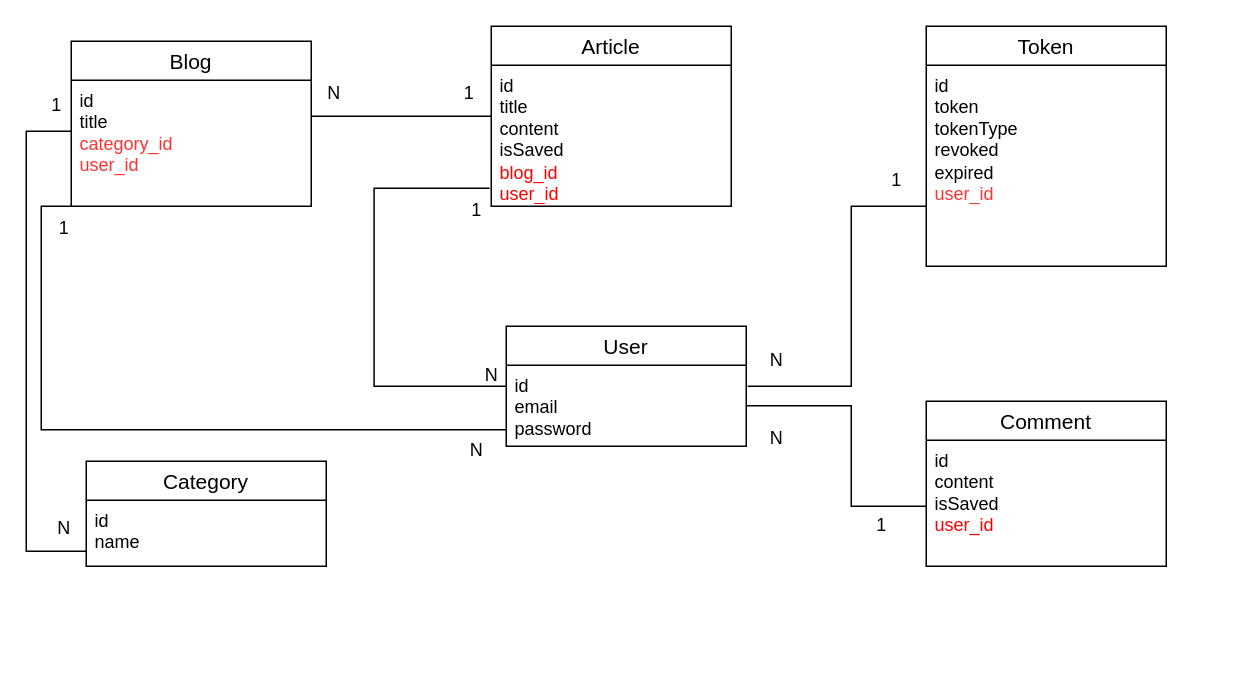
Earlier version of the draw.io diagram page "MLD" (1 of 9) of Diagramme sans nom.drawio (Ali0908/BDD_UML). Source tidied: cells renumbered, new cells numbered last; positions are measured from the earlier drawing's top-left corner, leaving out a move shared by most shapes. Both pictures are drawn from the tidied source at 150%, with x=0, y=0 at pixel (26, 26).
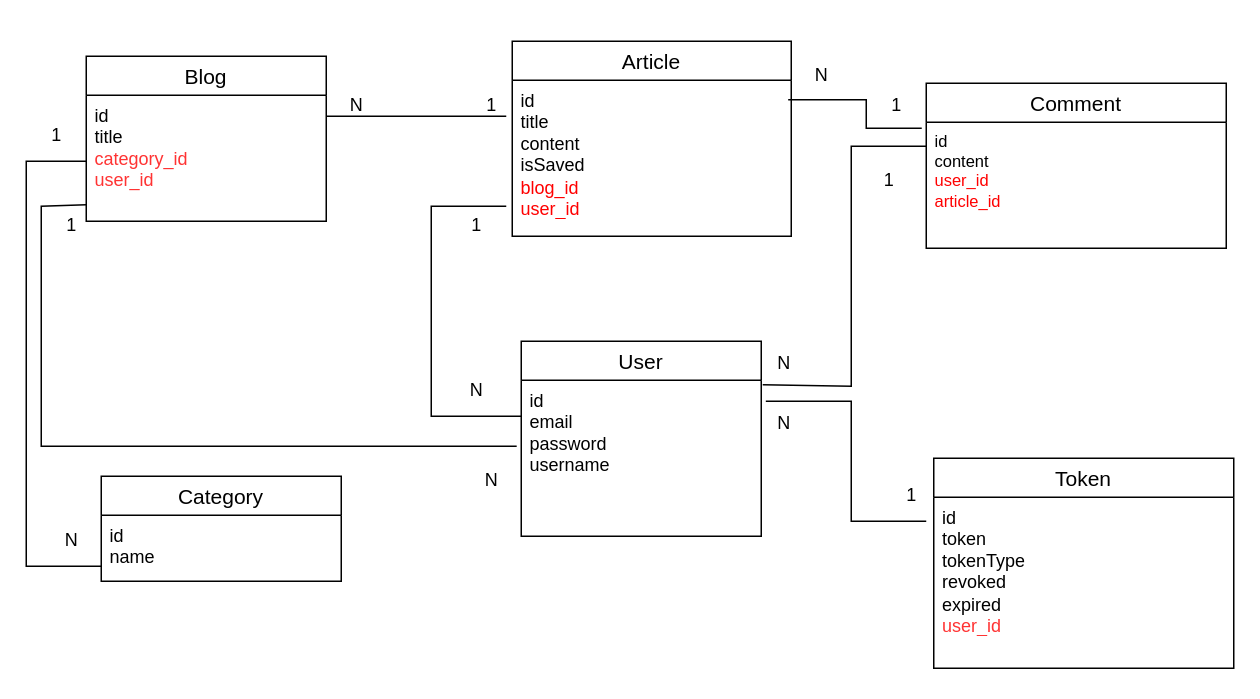
The same diagram, later.

The edit, as a diff of the source:
```diff
@@
     <mxCell id="2" value="User" style="swimlane;fontStyle=0;horizontal=1;startSize=26;align=center;fontSize=14;" parent="1" vertex="1">
-      <mxGeometry x="320" y="200" width="160" height="80" as="geometry" />
+      <mxGeometry x="330" y="210" width="160" height="130" as="geometry" />
     </mxCell>
-    <mxCell id="3" value="id&lt;br&gt;email&lt;br&gt;&lt;div&gt;password&lt;br&gt;&lt;/div&gt;" style="text;strokeColor=none;fillColor=none;spacingLeft=4;spacingRight=4;overflow=hidden;points=[[0,0.5],[1,0.5]];portConstraint=eastwest;fontSize=12;whiteSpace=wrap;html=1;" parent="2" vertex="1">
-      <mxGeometry y="26" width="160" height="54" as="geometry" />
-    </mxCell>
+    <mxCell id="32" value="&lt;div&gt;id&lt;/div&gt;email&lt;div&gt;password&lt;/div&gt;&lt;div&gt;&lt;font style=&quot;font-size: 12px;&quot;&gt;username&lt;/font&gt;&lt;/div&gt;" style="text;strokeColor=none;fillColor=none;spacingLeft=4;spacingRight=4;overflow=hidden;points=[[0,0.5],[1,0.5]];portConstraint=eastwest;fontSize=12;whiteSpace=wrap;html=1;" parent="2" vertex="1">
+      <mxGeometry y="26" width="160" height="104" as="geometry" />
+    </mxCell>
+    <mxCell id="6" value="Blog" style="swimlane;fontStyle=0;horizontal=1;startSize=26;align=center;fontSize=14;" parent="1" vertex="1">
+      <mxGeometry x="40" y="20" width="160" height="110" as="geometry" />
+    </mxCell>
+    <mxCell id="7" value="&lt;div&gt;id&lt;/div&gt;&lt;div&gt;title&lt;/div&gt;&lt;div&gt;&lt;font color=&quot;#ff3333&quot;&gt;category_id&lt;/font&gt;&lt;/div&gt;&lt;div&gt;&lt;font color=&quot;#ff3333&quot;&gt;user_id&lt;/font&gt;&lt;/div&gt;" style="text;strokeColor=none;fillColor=none;spacingLeft=4;spacingRight=4;overflow=hidden;points=[[0,0.5],[1,0.5]];portConstraint=eastwest;fontSize=12;whiteSpace=wrap;html=1;" parent="6" vertex="1">
+      <mxGeometry y="26" width="160" height="84" as="geometry" />
+    </mxCell>
+    <mxCell id="10" value="Comment" style="swimlane;fontStyle=0;horizontal=1;startSize=26;align=center;fontSize=14;" parent="1" vertex="1">
+      <mxGeometry x="600" y="38" width="200" height="110" as="geometry" />
+    </mxCell>
+    <mxCell id="33" value="&lt;div style=&quot;font-size: 11px;&quot;&gt;&lt;font style=&quot;font-size: 11px;&quot;&gt;id&lt;/font&gt;&lt;/div&gt;&lt;div style=&quot;font-size: 11px;&quot;&gt;&lt;font style=&quot;font-size: 11px;&quot;&gt;content&lt;/font&gt;&lt;/div&gt;&lt;div style=&quot;font-size: 11px;&quot;&gt;&lt;font style=&quot;font-size: 11px;&quot;&gt;&lt;font style=&quot;font-size: 11px;&quot; color=&quot;#ff0000&quot;&gt;user_id&lt;/font&gt;&lt;/font&gt;&lt;/div&gt;&lt;div style=&quot;font-size: 11px;&quot;&gt;&lt;font style=&quot;font-size: 11px;&quot;&gt;&lt;font style=&quot;&quot; color=&quot;#ff0000&quot;&gt;article_id&lt;/font&gt;&lt;/font&gt;&lt;/div&gt;" style="text;strokeColor=none;fillColor=none;spacingLeft=4;spacingRight=4;overflow=hidden;fontSize=12;whiteSpace=wrap;html=1;" parent="10" vertex="1">
+      <mxGeometry y="26" width="200" height="84" as="geometry" />
+    </mxCell>
+    <mxCell id="12" value="Category" style="swimlane;fontStyle=0;horizontal=1;startSize=26;align=center;fontSize=14;" parent="1" vertex="1">
+      <mxGeometry x="50" y="300" width="160" height="70" as="geometry" />
+    </mxCell>
+    <mxCell id="13" value="&lt;div&gt;id&lt;/div&gt;&lt;div&gt;name&lt;/div&gt;&lt;div&gt;&lt;br&gt;&lt;/div&gt;" style="text;strokeColor=none;fillColor=none;spacingLeft=4;spacingRight=4;overflow=hidden;points=[[0,0.5],[1,0.5]];portConstraint=eastwest;fontSize=12;whiteSpace=wrap;html=1;" parent="12" vertex="1">
+      <mxGeometry y="26" width="160" height="44" as="geometry" />
+    </mxCell>
+    <mxCell id="8" value="Article" style="swimlane;fontStyle=0;horizontal=1;startSize=26;align=center;fontSize=14;" parent="1" vertex="1">
+      <mxGeometry x="324" y="10" width="186" height="130" as="geometry" />
+    </mxCell>
+    <mxCell id="9" value="&lt;div&gt;id&lt;/div&gt;&lt;div&gt;title&lt;br&gt;&lt;/div&gt;&lt;div&gt;content&lt;/div&gt;&lt;div&gt;isSaved&lt;/div&gt;&lt;div&gt;&lt;font color=&quot;#ff0000&quot;&gt;blog_id&lt;/font&gt;&lt;br&gt;&lt;font color=&quot;#ff0000&quot;&gt;user_id&lt;/font&gt;&lt;/div&gt;" style="text;strokeColor=none;fillColor=none;spacingLeft=4;spacingRight=4;overflow=hidden;points=[[0,0.5],[1,0.5]];portConstraint=eastwest;fontSize=12;whiteSpace=wrap;html=1;" parent="8" vertex="1">
+      <mxGeometry y="26" width="186" height="104" as="geometry" />
+    </mxCell>
     <mxCell id="4" value="Token" style="swimlane;fontStyle=0;horizontal=1;startSize=26;align=center;fontSize=14;" parent="1" vertex="1">
-      <mxGeometry x="600" width="160" height="160" as="geometry" />
+      <mxGeometry x="605" y="288" width="200" height="140" as="geometry" />
     </mxCell>
-    <mxCell id="5" value="&lt;div&gt;id&lt;br&gt;&lt;/div&gt;&lt;div&gt;token&lt;/div&gt;tokenType&lt;div&gt;revoked&lt;br&gt;expired&lt;/div&gt;&lt;div&gt;&lt;font color=&quot;#ff3333&quot;&gt;user_id&lt;/font&gt;&lt;/div&gt;" style="text;strokeColor=none;fillColor=none;spacingLeft=4;spacingRight=4;overflow=hidden;points=[[0,0.5],[1,0.5]];portConstraint=eastwest;fontSize=12;whiteSpace=wrap;html=1;" parent="4" vertex="1">
-      <mxGeometry y="26" width="160" height="134" as="geometry" />
+    <mxCell id="5" value="&lt;div&gt;id&lt;/div&gt;&lt;div&gt;token&lt;/div&gt;tokenType&lt;div&gt;revoked&lt;br&gt;expired&lt;/div&gt;&lt;div&gt;&lt;font color=&quot;#ff3333&quot;&gt;user_id&lt;/font&gt;&lt;/div&gt;" style="text;strokeColor=none;fillColor=none;spacingLeft=4;spacingRight=4;overflow=hidden;points=[[0,0.5],[1,0.5]];portConstraint=eastwest;fontSize=12;whiteSpace=wrap;html=1;" parent="4" vertex="1">
+      <mxGeometry y="26" width="200" height="114" as="geometry" />
     </mxCell>
-    <mxCell id="6" value="Blog" style="swimlane;fontStyle=0;horizontal=1;startSize=26;align=center;fontSize=14;" parent="1" vertex="1">
-      <mxGeometry x="30" y="10" width="160" height="110" as="geometry" />
-    </mxCell>
-    <mxCell id="7" value="&lt;div&gt;id&lt;br&gt;&lt;/div&gt;&lt;div&gt;title&lt;/div&gt;&lt;div&gt;&lt;font color=&quot;#ff3333&quot;&gt;category_id&lt;/font&gt;&lt;/div&gt;&lt;div&gt;&lt;font color=&quot;#ff3333&quot;&gt;user_id&lt;/font&gt;&lt;br&gt;&lt;/div&gt;" style="text;strokeColor=none;fillColor=none;spacingLeft=4;spacingRight=4;overflow=hidden;points=[[0,0.5],[1,0.5]];portConstraint=eastwest;fontSize=12;whiteSpace=wrap;html=1;" parent="6" vertex="1">
-      <mxGeometry y="26" width="160" height="84" as="geometry" />
-    </mxCell>
-    <mxCell id="8" value="Article" style="swimlane;fontStyle=0;horizontal=1;startSize=26;align=center;fontSize=14;" parent="1" vertex="1">
-      <mxGeometry x="310" width="160" height="120" as="geometry" />
-    </mxCell>
-    <mxCell id="9" value="&lt;div&gt;id&lt;br&gt;&lt;/div&gt;&lt;div&gt;title&lt;/div&gt;&lt;div&gt;content&lt;/div&gt;&lt;div&gt;isSaved&lt;br&gt;&lt;/div&gt;&lt;div&gt;&lt;font color=&quot;#ff0000&quot;&gt;blog_id&lt;br&gt;user_id&lt;/font&gt;&lt;br&gt;&lt;/div&gt;" style="text;strokeColor=none;fillColor=none;spacingLeft=4;spacingRight=4;overflow=hidden;points=[[0,0.5],[1,0.5]];portConstraint=eastwest;fontSize=12;whiteSpace=wrap;html=1;" parent="8" vertex="1">
-      <mxGeometry y="26" width="160" height="94" as="geometry" />
-    </mxCell>
-    <mxCell id="10" value="Comment" style="swimlane;fontStyle=0;horizontal=1;startSize=26;align=center;fontSize=14;" parent="1" vertex="1">
-      <mxGeometry x="600" y="250" width="160" height="110" as="geometry" />
-    </mxCell>
-    <mxCell id="11" value="&lt;div&gt;id&lt;br&gt;&lt;/div&gt;&lt;div&gt;content&lt;/div&gt;&lt;div&gt;isSaved&lt;br&gt;&lt;/div&gt;&lt;div&gt;&lt;font color=&quot;#ff0000&quot;&gt;user_id&lt;/font&gt;&lt;/div&gt;" style="text;strokeColor=none;fillColor=none;spacingLeft=4;spacingRight=4;overflow=hidden;fontSize=12;whiteSpace=wrap;html=1;" parent="10" vertex="1">
-      <mxGeometry y="26" width="160" height="84" as="geometry" />
-    </mxCell>
-    <mxCell id="12" value="Category" style="swimlane;fontStyle=0;horizontal=1;startSize=26;align=center;fontSize=14;" parent="1" vertex="1">
-      <mxGeometry x="40" y="290" width="160" height="70" as="geometry" />
-    </mxCell>
-    <mxCell id="13" value="&lt;div&gt;id&lt;br&gt;&lt;/div&gt;&lt;div&gt;name&lt;br&gt;&lt;/div&gt;&lt;div&gt;&lt;br&gt;&lt;/div&gt;" style="text;strokeColor=none;fillColor=none;spacingLeft=4;spacingRight=4;overflow=hidden;points=[[0,0.5],[1,0.5]];portConstraint=eastwest;fontSize=12;whiteSpace=wrap;html=1;" parent="12" vertex="1">
-      <mxGeometry y="26" width="160" height="44" as="geometry" />
-    </mxCell>
-    <mxCell id="14" style="endArrow=none;html=1;rounded=0;entryX=0;entryY=0.893;entryDx=0;entryDy=0;entryPerimeter=0;" parent="1" edge="1">
-      <mxGeometry relative="1" as="geometry">
-        <mxPoint x="310" y="269" as="sourcePoint" />
-        <mxPoint x="30" y="120" as="targetPoint" />
-        <Array as="points">
-          <mxPoint x="320" y="269" />
-          <mxPoint x="10" y="269" />
-          <mxPoint x="10" y="120" />
-        </Array>
-      </mxGeometry>
-    </mxCell>
-    <mxCell id="15" style="endArrow=none;html=1;rounded=0;entryX=0;entryY=0.405;entryDx=0;entryDy=0;entryPerimeter=0;" parent="1" edge="1" target="7">
-      <mxGeometry relative="1" as="geometry">
-        <mxPoint x="40" y="350" as="sourcePoint" />
-        <Array as="points">
-          <mxPoint y="350" />
-          <mxPoint y="214" />
-          <mxPoint y="70" />
-        </Array>
-      </mxGeometry>
-    </mxCell>
-    <mxCell id="16" style="endArrow=none;html=1;rounded=0;entryX=-0.019;entryY=0.883;entryDx=0;entryDy=0;entryPerimeter=0;exitX=-0.012;exitY=0.278;exitDx=0;exitDy=0;exitPerimeter=0;" parent="1" edge="1">
-      <mxGeometry relative="1" as="geometry">
-        <mxPoint x="320" y="240" as="sourcePoint" />
-        <mxPoint x="308.9" y="108" as="targetPoint" />
-        <Array as="points">
-          <mxPoint x="231.9" y="240" />
-          <mxPoint x="231.9" y="108" />
-        </Array>
-      </mxGeometry>
-    </mxCell>
-    <mxCell id="17" style="endArrow=none;html=1;rounded=0;" parent="1" edge="1">
-      <mxGeometry relative="1" as="geometry">
-        <mxPoint x="190" y="60" as="sourcePoint" />
-        <mxPoint x="310" y="60" as="targetPoint" />
-      </mxGeometry>
-    </mxCell>
-    <mxCell id="18" style="endArrow=none;html=1;rounded=0;exitX=1.006;exitY=0.259;exitDx=0;exitDy=0;exitPerimeter=0;" parent="1" edge="1" source="3">
-      <mxGeometry relative="1" as="geometry">
-        <mxPoint x="600" y="120" as="targetPoint" />
-        <Array as="points">
-          <mxPoint x="550" y="240" />
-          <mxPoint x="550" y="120" />
-        </Array>
-      </mxGeometry>
-    </mxCell>
-    <mxCell id="19" style="endArrow=none;html=1;rounded=0;exitX=1;exitY=0.5;exitDx=0;exitDy=0;" parent="1" edge="1" source="3">
-      <mxGeometry relative="1" as="geometry">
-        <mxPoint x="600" y="320" as="targetPoint" />
-        <Array as="points">
-          <mxPoint x="550" y="253" />
-          <mxPoint x="550" y="320" />
-        </Array>
-      </mxGeometry>
-    </mxCell>
-    <mxCell id="20" value="1" style="text;html=1;align=center;verticalAlign=middle;strokeColor=none;fillColor=none;" parent="1" vertex="1">
-      <mxGeometry x="285" y="108" width="30" height="30" as="geometry" />
-    </mxCell>
-    <mxCell id="21" value="N" style="text;html=1;align=center;verticalAlign=middle;strokeColor=none;fillColor=none;" parent="1" vertex="1">
-      <mxGeometry x="295" y="218" width="30" height="30" as="geometry" />
-    </mxCell>
-    <mxCell id="22" value="1" style="text;html=1;align=center;verticalAlign=middle;strokeColor=none;fillColor=none;" parent="1" vertex="1">
-      <mxGeometry x="10" y="120" width="30" height="30" as="geometry" />
-    </mxCell>
-    <mxCell id="23" value="N" style="text;html=1;align=center;verticalAlign=middle;strokeColor=none;fillColor=none;" parent="1" vertex="1">
-      <mxGeometry x="285" y="268" width="30" height="30" as="geometry" />
-    </mxCell>
-    <mxCell id="24" value="1" style="text;html=1;align=center;verticalAlign=middle;strokeColor=none;fillColor=none;" parent="1" vertex="1">
-      <mxGeometry x="5" y="38" width="30" height="30" as="geometry" />
-    </mxCell>
-    <mxCell id="25" value="N" style="text;html=1;align=center;verticalAlign=middle;strokeColor=none;fillColor=none;" parent="1" vertex="1">
-      <mxGeometry x="10" y="320" width="30" height="30" as="geometry" />
-    </mxCell>
-    <mxCell id="26" value="N" style="text;html=1;align=center;verticalAlign=middle;strokeColor=none;fillColor=none;" parent="1" vertex="1">
-      <mxGeometry x="190" y="30" width="30" height="30" as="geometry" />
-    </mxCell>
-    <mxCell id="27" value="1" style="text;html=1;align=center;verticalAlign=middle;strokeColor=none;fillColor=none;" parent="1" vertex="1">
-      <mxGeometry x="280" y="30" width="30" height="30" as="geometry" />
-    </mxCell>
-    <mxCell id="28" value="1" style="text;html=1;align=center;verticalAlign=middle;strokeColor=none;fillColor=none;" parent="1" vertex="1">
-      <mxGeometry x="565" y="88" width="30" height="30" as="geometry" />
-    </mxCell>
-    <mxCell id="29" value="N" style="text;html=1;align=center;verticalAlign=middle;strokeColor=none;fillColor=none;" parent="1" vertex="1">
-      <mxGeometry x="485" y="208" width="30" height="30" as="geometry" />
-    </mxCell>
-    <mxCell id="30" value="N" style="text;html=1;align=center;verticalAlign=middle;strokeColor=none;fillColor=none;" parent="1" vertex="1">
-      <mxGeometry x="485" y="260" width="30" height="30" as="geometry" />
-    </mxCell>
-    <mxCell id="31" value="1" style="text;html=1;align=center;verticalAlign=middle;strokeColor=none;fillColor=none;" parent="1" vertex="1">
-      <mxGeometry x="555" y="318" width="30" height="30" as="geometry" />
-    </mxCell>
+    <mxCell id="34" style="endArrow=none;html=1;rounded=0;exitX=0;exitY=0.773;exitDx=0;exitDy=0;exitPerimeter=0;" parent="1" edge="1" source="13">
+      <mxGeometry relative="1" as="geometry">
+        <mxPoint x="40" y="90" as="targetPoint" />
+        <Array as="points">
+          <mxPoint y="360" />
+          <mxPoint y="90" />
+        </Array>
+      </mxGeometry>
+    </mxCell>
+    <mxCell id="35" style="endArrow=none;html=1;rounded=0;exitX=-0.019;exitY=0.423;exitDx=0;exitDy=0;entryX=0;entryY=0.869;entryDx=0;entryDy=0;entryPerimeter=0;exitPerimeter=0;" parent="1" edge="1" source="32" target="7">
+      <mxGeometry relative="1" as="geometry">
+        <Array as="points">
+          <mxPoint x="10" y="280" />
+          <mxPoint x="10" y="120" />
+        </Array>
+      </mxGeometry>
+    </mxCell>
+    <mxCell id="36" style="endArrow=none;html=1;rounded=0;exitX=0;exitY=0.231;exitDx=0;exitDy=0;exitPerimeter=0;" parent="1" edge="1" source="32">
+      <mxGeometry relative="1" as="geometry">
+        <mxPoint x="320" y="120" as="targetPoint" />
+        <Array as="points">
+          <mxPoint x="270" y="260" />
+          <mxPoint x="270" y="120" />
+        </Array>
+      </mxGeometry>
+    </mxCell>
+    <mxCell id="37" style="endArrow=none;html=1;rounded=0;exitX=1.019;exitY=0.135;exitDx=0;exitDy=0;exitPerimeter=0;entryX=-0.025;entryY=0.14;entryDx=0;entryDy=0;entryPerimeter=0;" parent="1" edge="1" source="32" target="5">
+      <mxGeometry relative="1" as="geometry">
+        <Array as="points">
+          <mxPoint x="550" y="250" />
+          <mxPoint x="550" y="330" />
+        </Array>
+      </mxGeometry>
+    </mxCell>
+    <mxCell id="38" style="endArrow=none;html=1;rounded=0;exitX=0.033;exitY=0.967;exitDx=0;exitDy=0;exitPerimeter=0;" parent="1" edge="1" source="51">
+      <mxGeometry relative="1" as="geometry">
+        <mxPoint x="600" y="80" as="targetPoint" />
+        <Array as="points">
+          <mxPoint x="550" y="240" />
+          <mxPoint x="550" y="160" />
+          <mxPoint x="550" y="80" />
+        </Array>
+      </mxGeometry>
+    </mxCell>
+    <mxCell id="39" style="endArrow=none;html=1;rounded=0;" parent="1" edge="1">
+      <mxGeometry relative="1" as="geometry">
+        <mxPoint x="200" y="60" as="sourcePoint" />
+        <mxPoint x="320" y="60" as="targetPoint" />
+      </mxGeometry>
+    </mxCell>
+    <mxCell id="40" value="1" style="text;html=1;align=center;verticalAlign=middle;strokeColor=none;fillColor=none;" parent="1" vertex="1">
+      <mxGeometry x="285" y="118" width="30" height="30" as="geometry" />
+    </mxCell>
+    <mxCell id="41" value="N" style="text;html=1;align=center;verticalAlign=middle;strokeColor=none;fillColor=none;" parent="1" vertex="1">
+      <mxGeometry x="285" y="228" width="30" height="30" as="geometry" />
+    </mxCell>
+    <mxCell id="42" value="N" style="text;html=1;align=center;verticalAlign=middle;strokeColor=none;fillColor=none;" parent="1" vertex="1">
+      <mxGeometry x="205" y="38" width="30" height="30" as="geometry" />
+    </mxCell>
+    <mxCell id="43" value="1" style="text;html=1;align=center;verticalAlign=middle;strokeColor=none;fillColor=none;" parent="1" vertex="1">
+      <mxGeometry x="295" y="38" width="30" height="30" as="geometry" />
+    </mxCell>
+    <mxCell id="44" value="1" style="text;html=1;align=center;verticalAlign=middle;strokeColor=none;fillColor=none;" parent="1" vertex="1">
+      <mxGeometry x="5" y="58" width="30" height="30" as="geometry" />
+    </mxCell>
+    <mxCell id="45" value="1" style="text;html=1;align=center;verticalAlign=middle;strokeColor=none;fillColor=none;" parent="1" vertex="1">
+      <mxGeometry x="15" y="118" width="30" height="30" as="geometry" />
+    </mxCell>
+    <mxCell id="46" value="N" style="text;html=1;align=center;verticalAlign=middle;strokeColor=none;fillColor=none;" parent="1" vertex="1">
+      <mxGeometry x="15" y="328" width="30" height="30" as="geometry" />
+    </mxCell>
+    <mxCell id="47" value="N" style="text;html=1;align=center;verticalAlign=middle;strokeColor=none;fillColor=none;" parent="1" vertex="1">
+      <mxGeometry x="295" y="288" width="30" height="30" as="geometry" />
+    </mxCell>
+    <mxCell id="48" value="1" style="text;html=1;align=center;verticalAlign=middle;strokeColor=none;fillColor=none;" parent="1" vertex="1">
+      <mxGeometry x="575" y="298" width="30" height="30" as="geometry" />
+    </mxCell>
+    <mxCell id="49" value="N" style="text;html=1;align=center;verticalAlign=middle;strokeColor=none;fillColor=none;" parent="1" vertex="1">
+      <mxGeometry x="490" y="250" width="30" height="30" as="geometry" />
+    </mxCell>
+    <mxCell id="50" value="1" style="text;html=1;align=center;verticalAlign=middle;strokeColor=none;fillColor=none;" parent="1" vertex="1">
+      <mxGeometry x="560" y="88" width="30" height="30" as="geometry" />
+    </mxCell>
+    <mxCell id="51" value="N" style="text;html=1;align=center;verticalAlign=middle;points=[];strokeColor=none;fillColor=none;" parent="1" vertex="1">
+      <mxGeometry x="490" y="210" width="30" height="30" as="geometry" />
+    </mxCell>
+    <mxCell id="52" style="endArrow=none;html=1;rounded=0;exitX=0.989;exitY=0.125;exitDx=0;exitDy=0;exitPerimeter=0;" parent="1" edge="1" source="9">
+      <mxGeometry relative="1" as="geometry">
+        <mxPoint x="597" y="68" as="targetPoint" />
+        <Array as="points">
+          <mxPoint x="560" y="49" />
+          <mxPoint x="560" y="68" />
+        </Array>
+      </mxGeometry>
+    </mxCell>
+    <mxCell id="53" value="N" style="text;html=1;align=center;verticalAlign=middle;strokeColor=none;fillColor=none;" parent="1" vertex="1">
+      <mxGeometry x="515" y="18" width="30" height="30" as="geometry" />
+    </mxCell>
+    <mxCell id="54" value="1" style="text;html=1;align=center;verticalAlign=middle;strokeColor=none;fillColor=none;" parent="1" vertex="1">
+      <mxGeometry x="565" y="38" width="30" height="30" as="geometry" />
+    </mxCell>
```
